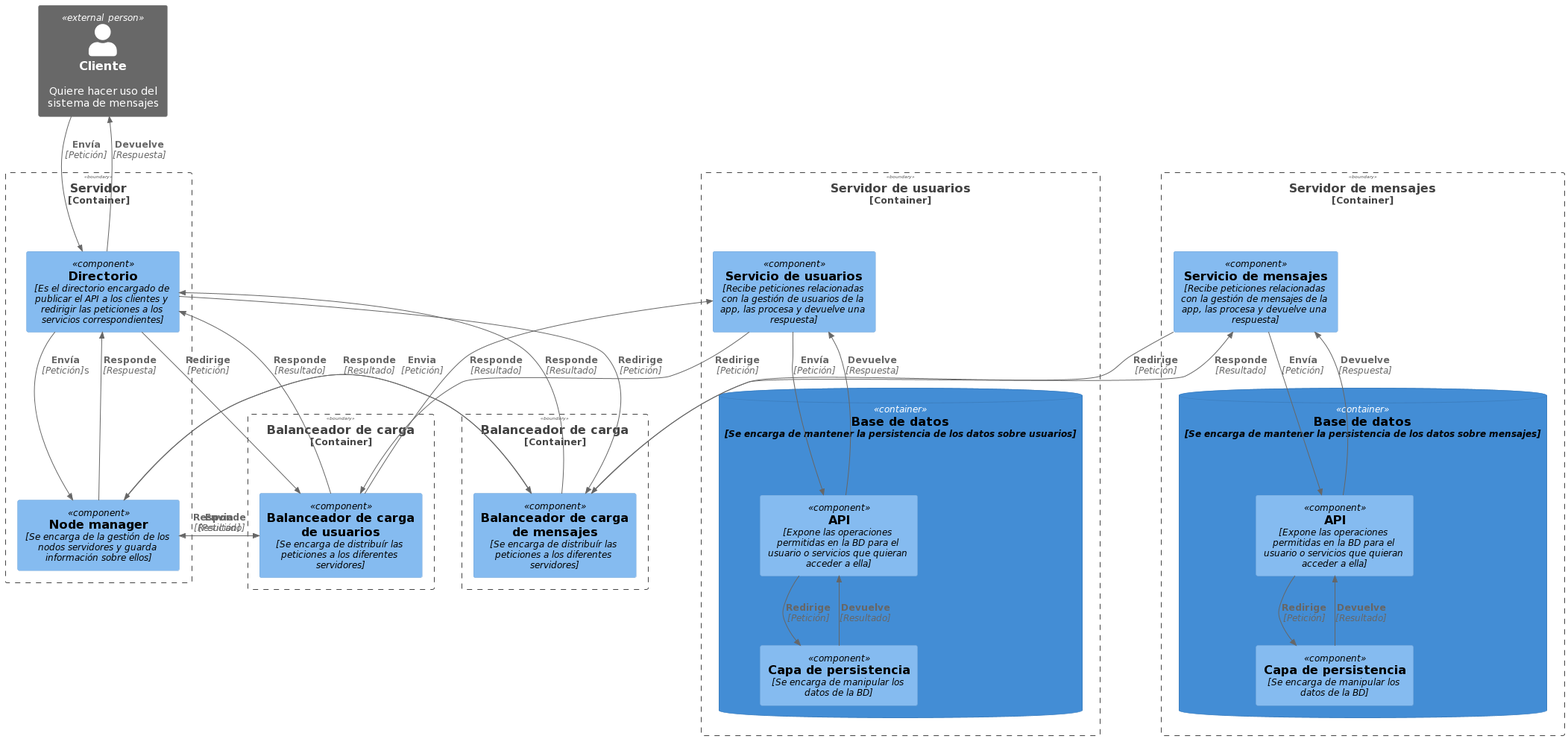
This is presentación/Documentacion/nivel4.png from UDC-FIC-AS/practica-final-davidgsalvado, a PlantUML export, as it was before one commit.
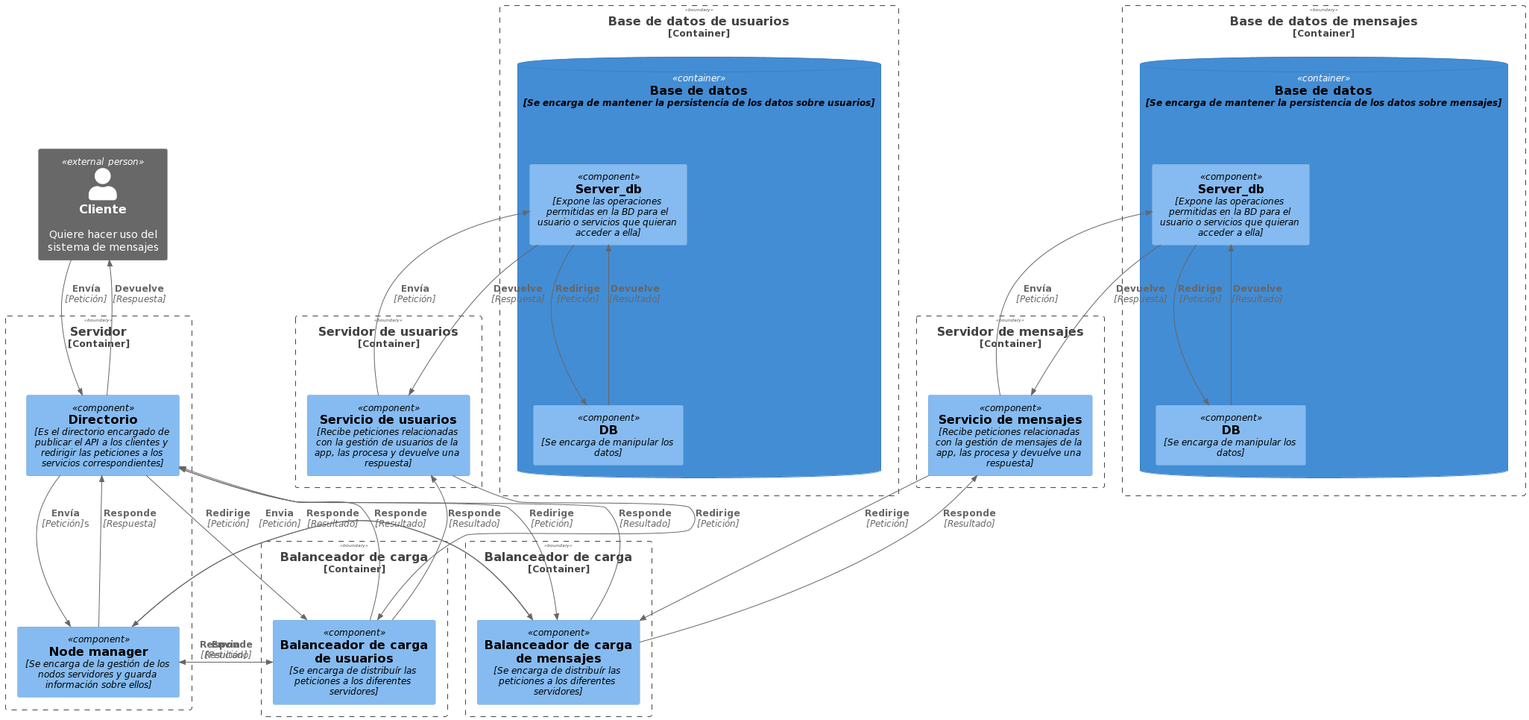
Above is the later version.

Commit message:
Actualización de diagramas C4

Diff of the diagram source:
```diff
@@ -10,25 +10,28 @@
 
 }
 
+Container_Boundary(bd1, "Base de datos de usuarios") {
+ ContainerDb(user_db, "Base de datos", "Se encarga de mantener la persistencia de los datos sobre usuarios"){
+       Component(api2, "Server_db", "Expone las operaciones permitidas en la BD para el usuario o servicios que quieran acceder a ella")
+       Component(persistencia2, "DB", "Se encarga de manipular los datos")
+
+}
+}
+
+Container_Boundary(bd2, "Base de datos de mensajes") {
+ ContainerDb(message_db, "Base de datos", "Se encarga de mantener la persistencia de los datos sobre mensajes"){
+       Component(api1, "Server_db", "Expone las operaciones permitidas en la BD para el usuario o servicios que quieran acceder a ella")
+       Component(persistencia1, "DB", "Se encarga de manipular los datos")
+}
+}
+
 Container_Boundary(servidor1, "Servidor de mensajes") {
     Component(mensajes, "Servicio de mensajes", "Recibe peticiones relacionadas con la gestión de mensajes de la app, las procesa y devuelve una respuesta")
-    ContainerDb(message_db, "Base de datos", "Se encarga de mantener la persistencia de los datos sobre mensajes"){
-       Component(api1, "API", "Expone las operaciones permitidas en la BD para el usuario o servicios que quieran acceder a ella")
-       Component(persistencia1, "Capa de persistencia", "Se encarga de manipular los datos de la BD")
-}
-
-
 
 }
 
 Container_Boundary(servidor2, "Servidor de usuarios") {
     Component(usuarios, "Servicio de usuarios", "Recibe peticiones relacionadas con la gestión de usuarios de la app, las procesa y devuelve una respuesta")
-    ContainerDb(user_db, "Base de datos", "Se encarga de mantener la persistencia de los datos sobre usuarios"){
-       Component(api2, "API", "Expone las operaciones permitidas en la BD para el usuario o servicios que quieran acceder a ella")
-       Component(persistencia2, "Capa de persistencia", "Se encarga de manipular los datos de la BD")
-
-
-}
 
 }
 
```
